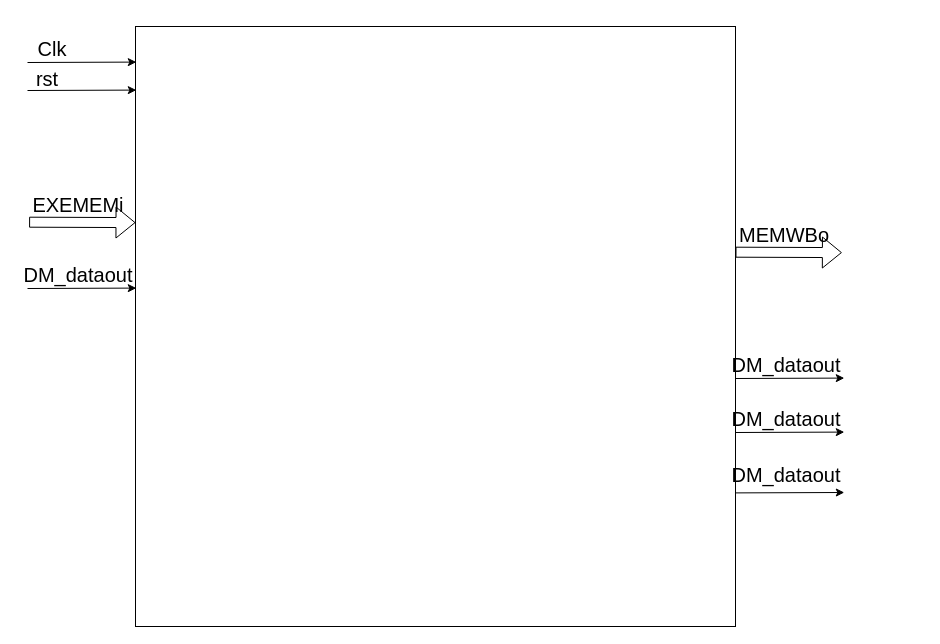
Above: page "MEM" (5 of 6) of VLSIHW1.drawio in yuchengwang1121/VLSI-System-Design (draw.io), before the change. Source tidied: cells renumbered, new cells numbered last; positions are measured from the earlier drawing's top-left corner, leaving out a move shared by most shapes. Both pictures are drawn from the tidied source at 100%, with x=0, y=0 at pixel (17, 26).
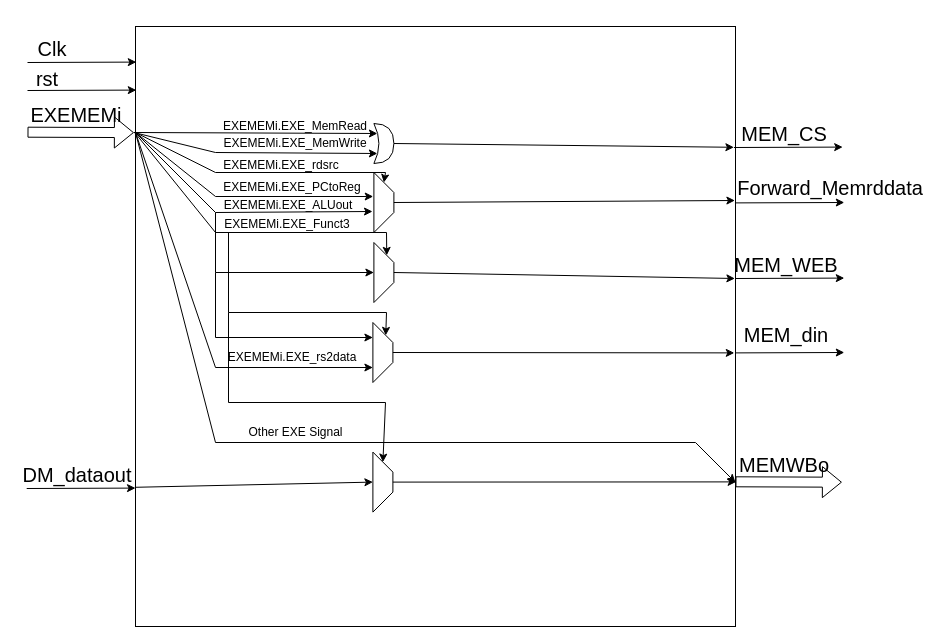
The same diagram, later.

The change refers to these unchanged cells:
```xml
<mxCell id="2" style="whiteSpace=wrap;html=1;fontSize=40;fillColor=none;" parent="1" vertex="1">
  <mxGeometry x="118" width="600" height="600" as="geometry" />
</mxCell>
```

Diff of the diagram source:
```diff
@@
     <mxCell id="7" style="shape=flexArrow;endArrow=classic;html=1;rounded=0;fontSize=20;strokeWidth=1;entryX=-0.006;entryY=0.394;entryDx=0;entryDy=0;entryPerimeter=0;" parent="1" edge="1">
       <mxGeometry relative="1" as="geometry">
-        <mxPoint x="11.6" y="195.7" as="sourcePoint" />
-        <mxPoint x="118" y="196.1" as="targetPoint" />
+        <mxPoint x="10" y="105.7" as="sourcePoint" />
+        <mxPoint x="116.4" y="106.1" as="targetPoint" />
       </mxGeometry>
     </mxCell>
     <mxCell id="8" value="&lt;font style=&quot;font-size: 20px;&quot;&gt;EXEMEMi&lt;/font&gt;" style="text;html=1;strokeColor=none;fillColor=none;align=center;verticalAlign=middle;whiteSpace=wrap;rounded=0;fontSize=40;" parent="1" vertex="1">
-      <mxGeometry x="30.8" y="156" width="60" height="30" as="geometry" />
+      <mxGeometry x="29.2" y="66" width="60" height="30" as="geometry" />
     </mxCell>
     <mxCell id="9" style="shape=flexArrow;endArrow=classic;html=1;rounded=0;fontSize=20;strokeWidth=1;entryX=-0.006;entryY=0.394;entryDx=0;entryDy=0;entryPerimeter=0;" parent="1" edge="1">
       <mxGeometry relative="1" as="geometry">
-        <mxPoint x="718" y="225.7" as="sourcePoint" />
-        <mxPoint x="824.4" y="226.1" as="targetPoint" />
+        <mxPoint x="718" y="455.3" as="sourcePoint" />
+        <mxPoint x="824.4" y="455.7" as="targetPoint" />
       </mxGeometry>
     </mxCell>
     <mxCell id="10" value="&lt;font style=&quot;font-size: 20px;&quot;&gt;MEMWBo&lt;/font&gt;" style="text;html=1;strokeColor=none;fillColor=none;align=center;verticalAlign=middle;whiteSpace=wrap;rounded=0;fontSize=40;" parent="1" vertex="1">
-      <mxGeometry x="737.2" y="186" width="60" height="30" as="geometry" />
+      <mxGeometry x="737.2" y="415.6" width="60" height="30" as="geometry" />
     </mxCell>
     <mxCell id="11" style="endArrow=classic;html=1;rounded=0;fontSize=40;strokeWidth=1;entryX=-0.002;entryY=0.126;entryDx=0;entryDy=0;entryPerimeter=0;" parent="1" edge="1">
       <mxGeometry relative="1" as="geometry">
-        <mxPoint x="10" y="262" as="sourcePoint" />
-        <mxPoint x="118.8" y="261.6" as="targetPoint" />
+        <mxPoint x="9.2" y="462" as="sourcePoint" />
+        <mxPoint x="118" y="461.6" as="targetPoint" />
       </mxGeometry>
     </mxCell>
     <mxCell id="12" value="&lt;font style=&quot;font-size: 20px;&quot;&gt;DM_dataout&lt;/font&gt;" style="text;html=1;strokeColor=none;fillColor=none;align=center;verticalAlign=middle;whiteSpace=wrap;rounded=0;fontSize=40;" parent="1" vertex="1">
-      <mxGeometry x="30.8" y="226" width="60" height="30" as="geometry" />
+      <mxGeometry x="30" y="426" width="60" height="30" as="geometry" />
     </mxCell>
     <mxCell id="13" style="endArrow=classic;html=1;rounded=0;fontSize=40;strokeWidth=1;entryX=-0.002;entryY=0.126;entryDx=0;entryDy=0;entryPerimeter=0;" parent="1" edge="1">
       <mxGeometry relative="1" as="geometry">
-        <mxPoint x="718" y="352" as="sourcePoint" />
-        <mxPoint x="826.8" y="351.6" as="targetPoint" />
+        <mxPoint x="716.4" y="121" as="sourcePoint" />
+        <mxPoint x="825.2" y="120.6" as="targetPoint" />
       </mxGeometry>
     </mxCell>
-    <mxCell id="14" value="&lt;font style=&quot;font-size: 20px;&quot;&gt;DM_dataout&lt;/font&gt;" style="text;html=1;strokeColor=none;fillColor=none;align=center;verticalAlign=middle;whiteSpace=wrap;rounded=0;fontSize=40;" parent="1" vertex="1">
-      <mxGeometry x="738.8" y="316" width="60" height="30" as="geometry" />
+    <mxCell id="14" value="&lt;font style=&quot;font-size: 20px;&quot;&gt;MEM_CS&lt;/font&gt;" style="text;html=1;strokeColor=none;fillColor=none;align=center;verticalAlign=middle;whiteSpace=wrap;rounded=0;fontSize=40;" parent="1" vertex="1">
+      <mxGeometry x="737.2" y="85" width="60" height="30" as="geometry" />
     </mxCell>
     <mxCell id="15" style="endArrow=classic;html=1;rounded=0;fontSize=40;strokeWidth=1;entryX=-0.002;entryY=0.126;entryDx=0;entryDy=0;entryPerimeter=0;" parent="1" edge="1">
       <mxGeometry relative="1" as="geometry">
-        <mxPoint x="718" y="466.4" as="sourcePoint" />
-        <mxPoint x="826.8" y="466" as="targetPoint" />
+        <mxPoint x="718" y="326.4" as="sourcePoint" />
+        <mxPoint x="826.8" y="326" as="targetPoint" />
       </mxGeometry>
     </mxCell>
-    <mxCell id="16" value="&lt;font style=&quot;font-size: 20px;&quot;&gt;DM_dataout&lt;/font&gt;" style="text;html=1;strokeColor=none;fillColor=none;align=center;verticalAlign=middle;whiteSpace=wrap;rounded=0;fontSize=40;" parent="1" vertex="1">
-      <mxGeometry x="738.8" y="426" width="60" height="30" as="geometry" />
+    <mxCell id="16" value="&lt;font style=&quot;font-size: 20px;&quot;&gt;MEM_din&lt;/font&gt;" style="text;html=1;strokeColor=none;fillColor=none;align=center;verticalAlign=middle;whiteSpace=wrap;rounded=0;fontSize=40;" parent="1" vertex="1">
+      <mxGeometry x="738.8" y="286" width="60" height="30" as="geometry" />
     </mxCell>
     <mxCell id="17" style="endArrow=classic;html=1;rounded=0;fontSize=40;strokeWidth=1;entryX=-0.002;entryY=0.126;entryDx=0;entryDy=0;entryPerimeter=0;" parent="1" edge="1">
       <mxGeometry relative="1" as="geometry">
-        <mxPoint x="718" y="406" as="sourcePoint" />
-        <mxPoint x="826.8" y="405.6" as="targetPoint" />
+        <mxPoint x="718" y="252" as="sourcePoint" />
+        <mxPoint x="826.8" y="251.6" as="targetPoint" />
       </mxGeometry>
     </mxCell>
-    <mxCell id="18" value="&lt;font style=&quot;font-size: 20px;&quot;&gt;DM_dataout&lt;/font&gt;" style="text;html=1;strokeColor=none;fillColor=none;align=center;verticalAlign=middle;whiteSpace=wrap;rounded=0;fontSize=40;" parent="1" vertex="1">
-      <mxGeometry x="738.8" y="370" width="60" height="30" as="geometry" />
+    <mxCell id="18" value="&lt;font style=&quot;font-size: 20px;&quot;&gt;MEM_WEB&lt;/font&gt;" style="text;html=1;strokeColor=none;fillColor=none;align=center;verticalAlign=middle;whiteSpace=wrap;rounded=0;fontSize=40;" parent="1" vertex="1">
+      <mxGeometry x="738.8" y="216" width="60" height="30" as="geometry" />
     </mxCell>
+    <mxCell id="19" style="endArrow=classic;html=1;rounded=0;fontSize=40;strokeWidth=1;entryX=-0.002;entryY=0.126;entryDx=0;entryDy=0;entryPerimeter=0;" parent="1" edge="1">
+      <mxGeometry relative="1" as="geometry">
+        <mxPoint x="718" y="176.4" as="sourcePoint" />
+        <mxPoint x="826.8" y="176" as="targetPoint" />
+      </mxGeometry>
+    </mxCell>
+    <mxCell id="20" value="&lt;font style=&quot;font-size: 20px;&quot;&gt;Forward_Memrddata&lt;/font&gt;" style="text;html=1;strokeColor=none;fillColor=none;align=center;verticalAlign=middle;whiteSpace=wrap;rounded=0;fontSize=40;" parent="1" vertex="1">
+      <mxGeometry x="783" y="139" width="60" height="30" as="geometry" />
+    </mxCell>
+    <mxCell id="21" style="endArrow=classic;html=1;rounded=0;entryX=0.175;entryY=0.75;entryDx=0;entryDy=0;entryPerimeter=0;" parent="1" edge="1" target="24">
+      <mxGeometry relative="1" as="geometry">
+        <mxPoint x="116.4" y="106" as="sourcePoint" />
+        <Array as="points">
+          <mxPoint x="198" y="126" />
+        </Array>
+      </mxGeometry>
+    </mxCell>
+    <mxCell id="22" style="endArrow=classic;html=1;rounded=0;" parent="1" edge="1">
+      <mxGeometry relative="1" as="geometry">
+        <mxPoint x="116.4" y="106" as="sourcePoint" />
+        <mxPoint x="116.4" y="106" as="targetPoint" />
+      </mxGeometry>
+    </mxCell>
+    <mxCell id="23" style="endArrow=classic;html=1;rounded=0;entryX=0.175;entryY=0.25;entryDx=0;entryDy=0;entryPerimeter=0;" parent="1" edge="1" target="24">
+      <mxGeometry relative="1" as="geometry">
+        <mxPoint x="116.4" y="106" as="sourcePoint" />
+      </mxGeometry>
+    </mxCell>
+    <mxCell id="24" style="shape=xor;whiteSpace=wrap;html=1;" parent="1" vertex="1">
+      <mxGeometry x="356.4" y="97" width="20" height="40" as="geometry" />
+    </mxCell>
+    <mxCell id="25" value="EXEMEMi.EXE_MemWrite" style="text;html=1;strokeColor=none;fillColor=none;align=center;verticalAlign=middle;whiteSpace=wrap;rounded=0;" parent="1" vertex="1">
+      <mxGeometry x="248" y="102" width="60" height="30" as="geometry" />
+    </mxCell>
+    <mxCell id="26" value="EXEMEMi.EXE_MemRead" style="text;html=1;strokeColor=none;fillColor=none;align=center;verticalAlign=middle;whiteSpace=wrap;rounded=0;" parent="1" vertex="1">
+      <mxGeometry x="248" y="85" width="60" height="30" as="geometry" />
+    </mxCell>
+    <mxCell id="27" style="endArrow=classic;html=1;rounded=0;entryX=1;entryY=0.518;entryDx=0;entryDy=0;entryPerimeter=0;exitX=1;exitY=0.5;exitDx=0;exitDy=0;exitPerimeter=0;" parent="1" edge="1" source="24">
+      <mxGeometry relative="1" as="geometry">
+        <mxPoint x="716.4" y="120.8" as="targetPoint" />
+      </mxGeometry>
+    </mxCell>
+    <mxCell id="28" style="shape=trapezoid;perimeter=trapezoidPerimeter;whiteSpace=wrap;html=1;fixedSize=1;rotation=90;" parent="1" vertex="1">
+      <mxGeometry x="336.4" y="166" width="60" height="20" as="geometry" />
+    </mxCell>
+    <mxCell id="29" style="endArrow=classic;html=1;rounded=0;entryX=0.65;entryY=1.07;entryDx=0;entryDy=0;entryPerimeter=0;" parent="1" edge="1" target="28">
+      <mxGeometry relative="1" as="geometry">
+        <mxPoint x="118" y="106" as="sourcePoint" />
+        <Array as="points">
+          <mxPoint x="198" y="186" />
+        </Array>
+      </mxGeometry>
+    </mxCell>
+    <mxCell id="30" style="endArrow=classic;html=1;rounded=0;entryX=0.4;entryY=1.034;entryDx=0;entryDy=0;entryPerimeter=0;" parent="1" edge="1" target="28">
+      <mxGeometry relative="1" as="geometry">
+        <mxPoint x="118" y="106" as="sourcePoint" />
+        <Array as="points">
+          <mxPoint x="198" y="170" />
+        </Array>
+      </mxGeometry>
+    </mxCell>
+    <mxCell id="31" style="endArrow=classic;html=1;rounded=0;entryX=0.999;entryY=0.29;entryDx=0;entryDy=0;entryPerimeter=0;exitX=0.5;exitY=0;exitDx=0;exitDy=0;" parent="1" edge="1" source="28" target="2">
+      <mxGeometry relative="1" as="geometry" />
+    </mxCell>
+    <mxCell id="32" value="EXEMEMi.EXE_PCtoReg" style="text;html=1;strokeColor=none;fillColor=none;align=center;verticalAlign=middle;whiteSpace=wrap;rounded=0;" parent="1" vertex="1">
+      <mxGeometry x="245" y="146" width="60" height="30" as="geometry" />
+    </mxCell>
+    <mxCell id="33" value="EXEMEMi.EXE_ALUout" style="text;html=1;strokeColor=none;fillColor=none;align=center;verticalAlign=middle;whiteSpace=wrap;rounded=0;" parent="1" vertex="1">
+      <mxGeometry x="241" y="164" width="60" height="30" as="geometry" />
+    </mxCell>
+    <mxCell id="34" style="endArrow=classic;html=1;rounded=0;entryX=0;entryY=0.5;entryDx=0;entryDy=0;" parent="1" edge="1" target="28">
+      <mxGeometry relative="1" as="geometry">
+        <mxPoint x="118" y="106" as="sourcePoint" />
+        <Array as="points">
+          <mxPoint x="198" y="146" />
+          <mxPoint x="368" y="146" />
+        </Array>
+      </mxGeometry>
+    </mxCell>
+    <mxCell id="35" value="EXEMEMi.EXE_rdsrc" style="text;html=1;strokeColor=none;fillColor=none;align=center;verticalAlign=middle;whiteSpace=wrap;rounded=0;" parent="1" vertex="1">
+      <mxGeometry x="234" y="124" width="60" height="30" as="geometry" />
+    </mxCell>
+    <mxCell id="36" style="shape=trapezoid;perimeter=trapezoidPerimeter;whiteSpace=wrap;html=1;fixedSize=1;rotation=90;" parent="1" vertex="1">
+      <mxGeometry x="336.4" y="236" width="60" height="20" as="geometry" />
+    </mxCell>
+    <mxCell id="37" style="endArrow=classic;html=1;rounded=0;entryX=0;entryY=0.25;entryDx=0;entryDy=0;exitX=-0.001;exitY=0.177;exitDx=0;exitDy=0;exitPerimeter=0;" parent="1" edge="1" source="2" target="36">
+      <mxGeometry relative="1" as="geometry">
+        <Array as="points">
+          <mxPoint x="198" y="206" />
+          <mxPoint x="369" y="206" />
+        </Array>
+      </mxGeometry>
+    </mxCell>
+    <mxCell id="38" value="EXEMEMi.EXE_Funct3" style="text;html=1;strokeColor=none;fillColor=none;align=center;verticalAlign=middle;whiteSpace=wrap;rounded=0;" parent="1" vertex="1">
+      <mxGeometry x="240" y="183" width="60" height="30" as="geometry" />
+    </mxCell>
+    <mxCell id="39" style="endArrow=classic;html=1;rounded=0;entryX=0.5;entryY=1;entryDx=0;entryDy=0;" parent="1" edge="1" target="36">
+      <mxGeometry relative="1" as="geometry">
+        <mxPoint x="198" y="186" as="sourcePoint" />
+        <Array as="points">
+          <mxPoint x="198" y="246" />
+        </Array>
+      </mxGeometry>
+    </mxCell>
+    <mxCell id="40" style="endArrow=classic;html=1;rounded=0;exitX=0.5;exitY=0;exitDx=0;exitDy=0;entryX=0.999;entryY=0.42;entryDx=0;entryDy=0;entryPerimeter=0;" parent="1" edge="1" source="36" target="2">
+      <mxGeometry relative="1" as="geometry" />
+    </mxCell>
+    <mxCell id="41" style="shape=trapezoid;perimeter=trapezoidPerimeter;whiteSpace=wrap;html=1;fixedSize=1;rotation=90;" parent="1" vertex="1">
+      <mxGeometry x="335.4" y="316" width="60" height="20" as="geometry" />
+    </mxCell>
+    <mxCell id="42" style="endArrow=classic;html=1;rounded=0;entryX=0;entryY=0.25;entryDx=0;entryDy=0;" parent="1" edge="1" target="41">
+      <mxGeometry relative="1" as="geometry">
+        <mxPoint x="211" y="206" as="sourcePoint" />
+        <Array as="points">
+          <mxPoint x="211" y="286" />
+          <mxPoint x="369" y="286" />
+        </Array>
+      </mxGeometry>
+    </mxCell>
+    <mxCell id="43" style="endArrow=classic;html=1;rounded=0;entryX=0.25;entryY=1;entryDx=0;entryDy=0;" parent="1" edge="1" target="41">
+      <mxGeometry relative="1" as="geometry">
+        <mxPoint x="198" y="246" as="sourcePoint" />
+        <Array as="points">
+          <mxPoint x="198" y="311" />
+        </Array>
+      </mxGeometry>
+    </mxCell>
+    <mxCell id="44" style="endArrow=classic;html=1;rounded=0;entryX=0.75;entryY=1;entryDx=0;entryDy=0;" parent="1" edge="1" target="41">
+      <mxGeometry relative="1" as="geometry">
+        <mxPoint x="118" y="106" as="sourcePoint" />
+        <Array as="points">
+          <mxPoint x="198" y="341" />
+        </Array>
+      </mxGeometry>
+    </mxCell>
+    <mxCell id="45" value="EXEMEMi.EXE_rs2data" style="text;html=1;strokeColor=none;fillColor=none;align=center;verticalAlign=middle;whiteSpace=wrap;rounded=0;" parent="1" vertex="1">
+      <mxGeometry x="245" y="316" width="60" height="30" as="geometry" />
+    </mxCell>
+    <mxCell id="46" style="endArrow=classic;html=1;rounded=0;entryX=0.998;entryY=0.544;entryDx=0;entryDy=0;entryPerimeter=0;exitX=0.5;exitY=0;exitDx=0;exitDy=0;" parent="1" edge="1" source="41" target="2">
+      <mxGeometry relative="1" as="geometry" />
+    </mxCell>
+    <mxCell id="47" style="shape=trapezoid;perimeter=trapezoidPerimeter;whiteSpace=wrap;html=1;fixedSize=1;rotation=90;" parent="1" vertex="1">
+      <mxGeometry x="335.4" y="445.6" width="60" height="20" as="geometry" />
+    </mxCell>
+    <mxCell id="48" style="endArrow=classic;html=1;rounded=0;entryX=0.5;entryY=1;entryDx=0;entryDy=0;exitX=-0.001;exitY=0.768;exitDx=0;exitDy=0;exitPerimeter=0;" parent="1" edge="1" source="2" target="47">
+      <mxGeometry relative="1" as="geometry" />
+    </mxCell>
+    <mxCell id="49" style="endArrow=classic;html=1;rounded=0;entryX=1.001;entryY=0.759;entryDx=0;entryDy=0;entryPerimeter=0;exitX=0.5;exitY=0;exitDx=0;exitDy=0;" parent="1" edge="1" source="47" target="2">
+      <mxGeometry relative="1" as="geometry" />
+    </mxCell>
+    <mxCell id="50" style="endArrow=classic;html=1;rounded=0;entryX=0;entryY=0.5;entryDx=0;entryDy=0;" parent="1" edge="1" target="47">
+      <mxGeometry relative="1" as="geometry">
+        <mxPoint x="211" y="286" as="sourcePoint" />
+        <Array as="points">
+          <mxPoint x="211" y="376" />
+          <mxPoint x="368" y="376" />
+        </Array>
+      </mxGeometry>
+    </mxCell>
+    <mxCell id="51" style="endArrow=classic;html=1;rounded=0;" parent="1" edge="1">
+      <mxGeometry relative="1" as="geometry">
+        <mxPoint x="118" y="106" as="sourcePoint" />
+        <mxPoint x="718" y="456" as="targetPoint" />
+        <Array as="points">
+          <mxPoint x="198" y="416" />
+          <mxPoint x="678" y="416" />
+        </Array>
+      </mxGeometry>
+    </mxCell>
+    <mxCell id="52" value="Other EXE Signal" style="text;html=1;strokeColor=none;fillColor=none;align=center;verticalAlign=middle;whiteSpace=wrap;rounded=0;" parent="1" vertex="1">
+      <mxGeometry x="221.5" y="391" width="113" height="30" as="geometry" />
+    </mxCell>
```
